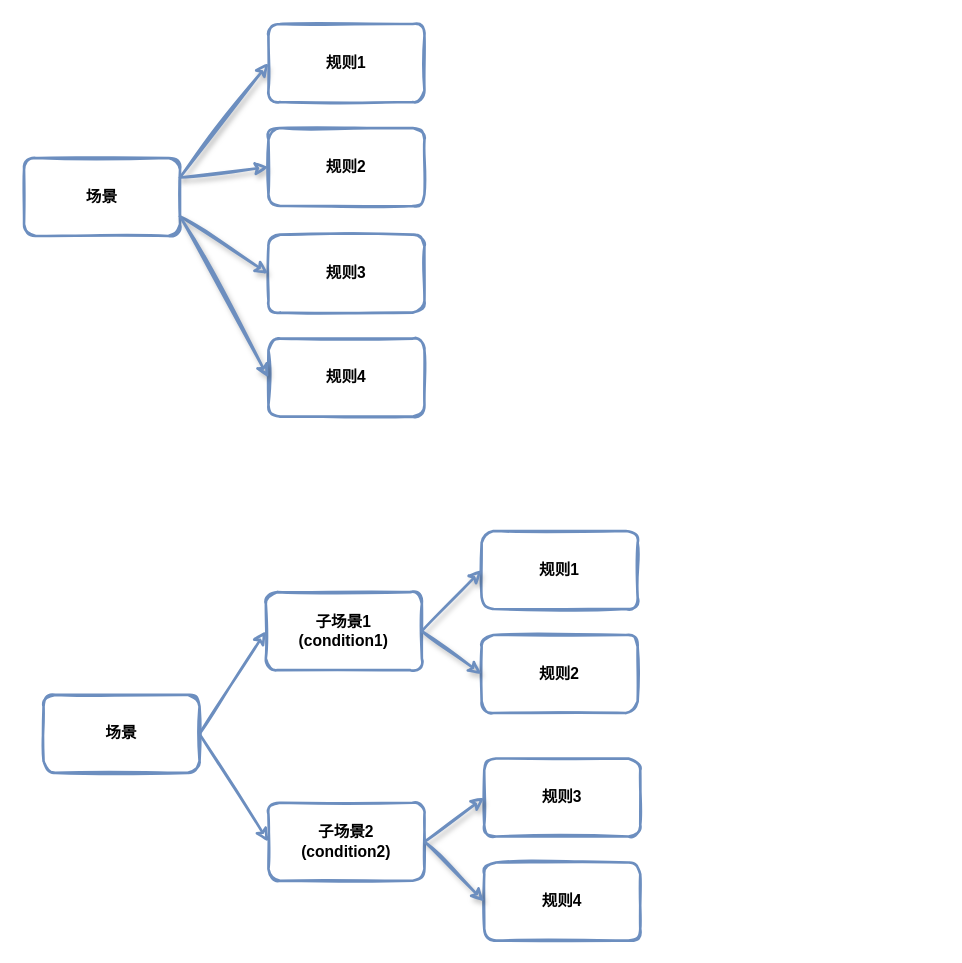
The draw.io diagram page "子场景增强" (12 of 12) of drm-arch.drawio in atellwu/atellwu.github.io, before the edit. Source tidied: cells renumbered, new cells numbered last; positions are measured from the earlier drawing's top-left corner, leaving out a move shared by most shapes. Both pictures are drawn from the tidied source at 130%, with x=0, y=0 at pixel (23, 23).
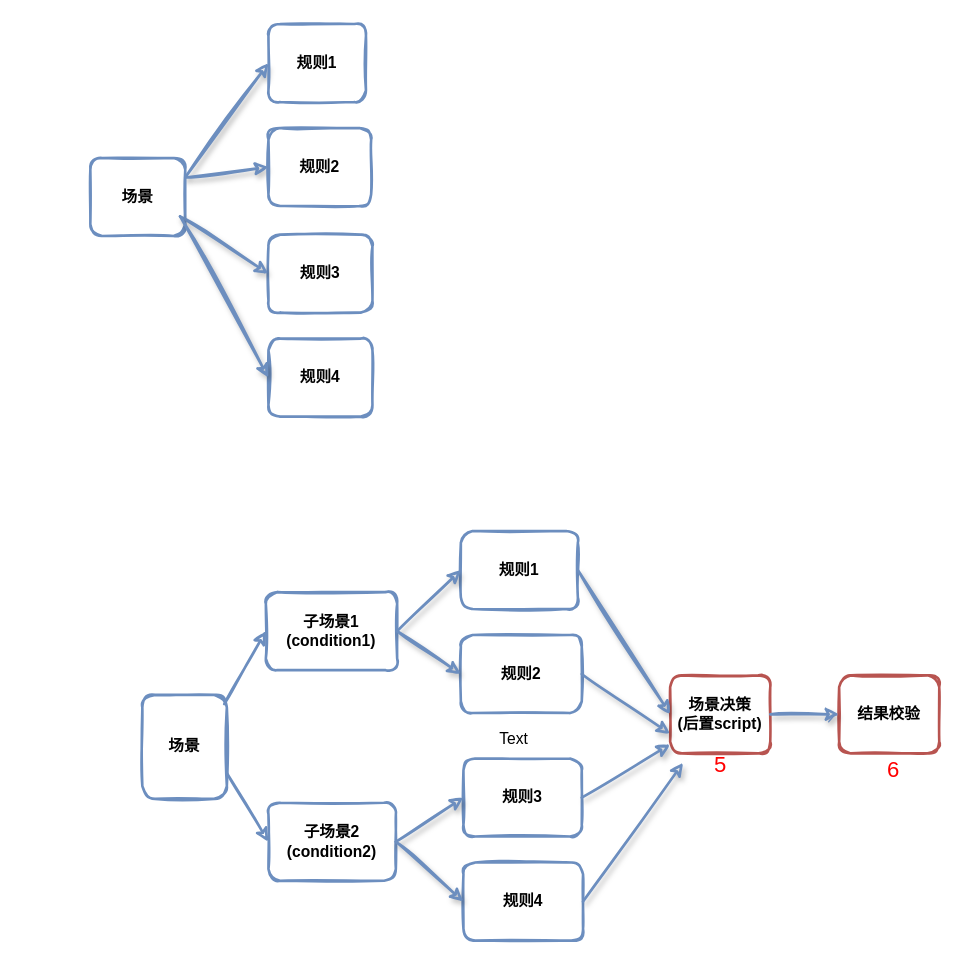
The same page after the edit.

The edit, as a diff of the source:
```diff
@@
     <mxCell id="4" value="&lt;b&gt;场景&lt;/b&gt;" style="rounded=1;whiteSpace=wrap;html=1;strokeWidth=2;fillWeight=4;hachureGap=8;hachureAngle=45;sketch=1;strokeColor=#6c8ebf;fillColor=none;" parent="1" vertex="1">
-      <mxGeometry y="103" width="120" height="60" as="geometry" />
+      <mxGeometry x="51" y="103" width="73" height="60" as="geometry" />
     </mxCell>
     <mxCell id="5" value="&lt;b&gt;规则1&lt;/b&gt;" style="rounded=1;whiteSpace=wrap;html=1;strokeWidth=2;fillWeight=4;hachureGap=8;hachureAngle=45;sketch=1;strokeColor=#6c8ebf;fillColor=none;" parent="1" vertex="1">
-      <mxGeometry x="188" width="120" height="60" as="geometry" />
+      <mxGeometry x="188" width="75" height="60" as="geometry" />
     </mxCell>
     <mxCell id="6" value="&lt;b&gt;规则2&lt;/b&gt;" style="rounded=1;whiteSpace=wrap;html=1;strokeWidth=2;fillWeight=4;hachureGap=8;hachureAngle=45;sketch=1;strokeColor=#6c8ebf;fillColor=none;" parent="1" vertex="1">
-      <mxGeometry x="188" y="80" width="120" height="60" as="geometry" />
+      <mxGeometry x="188" y="80" width="79" height="60" as="geometry" />
     </mxCell>
     <mxCell id="7" value="&lt;b&gt;规则3&lt;/b&gt;" style="rounded=1;whiteSpace=wrap;html=1;strokeWidth=2;fillWeight=4;hachureGap=8;hachureAngle=45;sketch=1;strokeColor=#6c8ebf;fillColor=none;" parent="1" vertex="1">
-      <mxGeometry x="188" y="162" width="120" height="60" as="geometry" />
+      <mxGeometry x="188" y="162" width="80" height="60" as="geometry" />
     </mxCell>
     <mxCell id="8" value="&lt;b&gt;规则4&lt;/b&gt;" style="rounded=1;whiteSpace=wrap;html=1;strokeWidth=2;fillWeight=4;hachureGap=8;hachureAngle=45;sketch=1;strokeColor=#6c8ebf;fillColor=none;" parent="1" vertex="1">
-      <mxGeometry x="188" y="242" width="120" height="60" as="geometry" />
+      <mxGeometry x="188" y="242" width="80" height="60" as="geometry" />
     </mxCell>
@@
     <mxCell id="11" value="&lt;b&gt;子场景1&lt;br&gt;(condition1)&lt;br&gt;&lt;/b&gt;" style="rounded=1;whiteSpace=wrap;html=1;strokeWidth=2;fillWeight=4;hachureGap=8;hachureAngle=45;sketch=1;strokeColor=#6c8ebf;fillColor=none;" parent="1" vertex="1">
-      <mxGeometry x="186" y="437" width="120" height="60" as="geometry" />
+      <mxGeometry x="186" y="437" width="101" height="60" as="geometry" />
     </mxCell>
     <mxCell id="12" value="&lt;b&gt;规则1&lt;/b&gt;" style="rounded=1;whiteSpace=wrap;html=1;strokeWidth=2;fillWeight=4;hachureGap=8;hachureAngle=45;sketch=1;strokeColor=#6c8ebf;fillColor=none;" parent="1" vertex="1">
-      <mxGeometry x="352" y="390" width="120" height="60" as="geometry" />
+      <mxGeometry x="336" y="390" width="90" height="60" as="geometry" />
     </mxCell>
     <mxCell id="13" value="&lt;b&gt;规则2&lt;/b&gt;" style="rounded=1;whiteSpace=wrap;html=1;strokeWidth=2;fillWeight=4;hachureGap=8;hachureAngle=45;sketch=1;strokeColor=#6c8ebf;fillColor=none;" parent="1" vertex="1">
-      <mxGeometry x="352" y="470" width="120" height="60" as="geometry" />
+      <mxGeometry x="336" y="470" width="93" height="60" as="geometry" />
     </mxCell>
@@
     <mxCell id="16" value="&lt;b&gt;子场景2&lt;br&gt;&lt;/b&gt;&lt;b&gt;(condition2)&lt;/b&gt;&lt;b&gt;&lt;br&gt;&lt;/b&gt;" style="rounded=1;whiteSpace=wrap;html=1;strokeWidth=2;fillWeight=4;hachureGap=8;hachureAngle=45;sketch=1;strokeColor=#6c8ebf;fillColor=none;" parent="1" vertex="1">
-      <mxGeometry x="188" y="599" width="120" height="60" as="geometry" />
+      <mxGeometry x="188" y="599" width="98" height="60" as="geometry" />
     </mxCell>
     <mxCell id="17" value="&lt;b&gt;规则3&lt;/b&gt;" style="rounded=1;whiteSpace=wrap;html=1;strokeWidth=2;fillWeight=4;hachureGap=8;hachureAngle=45;sketch=1;strokeColor=#6c8ebf;fillColor=none;" parent="1" vertex="1">
-      <mxGeometry x="354" y="565" width="120" height="60" as="geometry" />
+      <mxGeometry x="338" y="565" width="91" height="60" as="geometry" />
     </mxCell>
     <mxCell id="18" value="&lt;b&gt;规则4&lt;/b&gt;" style="rounded=1;whiteSpace=wrap;html=1;strokeWidth=2;fillWeight=4;hachureGap=8;hachureAngle=45;sketch=1;strokeColor=#6c8ebf;fillColor=none;" parent="1" vertex="1">
-      <mxGeometry x="354" y="645" width="120" height="60" as="geometry" />
+      <mxGeometry x="338" y="645" width="92" height="60" as="geometry" />
     </mxCell>
@@
-    <mxCell id="21" style="rounded=0;jettySize=auto;html=1;exitX=1;exitY=0.5;exitDx=0;exitDy=0;entryX=0;entryY=0.5;entryDx=0;entryDy=0;fillColor=#dae8fc;strokeColor=#6c8ebf;sketch=1;strokeWidth=2;" parent="1" edge="1" source="22" target="11">
+    <mxCell id="21" style="rounded=0;jettySize=auto;html=1;exitX=0.969;exitY=0.088;exitDx=0;exitDy=0;entryX=0;entryY=0.5;entryDx=0;entryDy=0;fillColor=#dae8fc;strokeColor=#6c8ebf;sketch=1;strokeWidth=2;exitPerimeter=0;" parent="1" edge="1" source="22" target="11">
       <mxGeometry relative="1" as="geometry" />
     </mxCell>
     <mxCell id="22" value="&lt;b&gt;场景&lt;/b&gt;" style="rounded=1;whiteSpace=wrap;html=1;strokeWidth=2;fillWeight=4;hachureGap=8;hachureAngle=45;sketch=1;strokeColor=#6c8ebf;fillColor=none;" parent="1" vertex="1">
-      <mxGeometry x="15" y="516" width="120" height="60" as="geometry" />
+      <mxGeometry x="91" y="516" width="65" height="80" as="geometry" />
     </mxCell>
-    <mxCell id="23" style="rounded=0;jettySize=auto;html=1;exitX=1;exitY=0.5;exitDx=0;exitDy=0;entryX=0;entryY=0.5;entryDx=0;entryDy=0;fillColor=#dae8fc;strokeColor=#6c8ebf;sketch=1;strokeWidth=2;" parent="1" edge="1" source="22" target="16">
+    <mxCell id="23" style="rounded=0;jettySize=auto;html=1;exitX=1;exitY=0.75;exitDx=0;exitDy=0;entryX=0;entryY=0.5;entryDx=0;entryDy=0;fillColor=#dae8fc;strokeColor=#6c8ebf;sketch=1;strokeWidth=2;" parent="1" edge="1" source="22" target="16">
       <mxGeometry relative="1" as="geometry" />
     </mxCell>
+    <mxCell id="24" value="&lt;b&gt;场景决策&lt;br&gt;(后置script)&lt;br&gt;&lt;/b&gt;" style="rounded=1;whiteSpace=wrap;html=1;strokeWidth=2;fillWeight=4;hachureGap=8;hachureAngle=45;sketch=1;strokeColor=#b85450;fillColor=none;" parent="1" vertex="1">
+      <mxGeometry x="497" y="501" width="77" height="60" as="geometry" />
+    </mxCell>
+    <mxCell id="25" style="edgeStyle=none;rounded=1;sketch=1;jettySize=auto;html=1;exitX=1;exitY=0.5;exitDx=0;exitDy=0;entryX=0;entryY=0.5;entryDx=0;entryDy=0;shadow=1;startArrow=none;startFill=0;strokeColor=#6c8ebf;fillColor=#dae8fc;strokeWidth=2;" parent="1" edge="1" source="12" target="24">
+      <mxGeometry relative="1" as="geometry" />
+    </mxCell>
+    <mxCell id="26" style="edgeStyle=none;rounded=1;sketch=1;jettySize=auto;html=1;exitX=1;exitY=0.5;exitDx=0;exitDy=0;entryX=0;entryY=0.75;entryDx=0;entryDy=0;shadow=1;startArrow=none;startFill=0;strokeColor=#6c8ebf;fillColor=#dae8fc;strokeWidth=2;" parent="1" edge="1" source="13" target="24">
+      <mxGeometry relative="1" as="geometry" />
+    </mxCell>
+    <mxCell id="27" style="edgeStyle=none;rounded=1;sketch=1;jettySize=auto;html=1;exitX=1;exitY=0.5;exitDx=0;exitDy=0;shadow=1;startArrow=none;startFill=0;strokeColor=#6c8ebf;fillColor=#dae8fc;strokeWidth=2;" parent="1" edge="1" source="17" target="24">
+      <mxGeometry relative="1" as="geometry" />
+    </mxCell>
+    <mxCell id="28" style="edgeStyle=none;rounded=1;sketch=1;jettySize=auto;html=1;exitX=1;exitY=0.5;exitDx=0;exitDy=0;shadow=1;startArrow=none;startFill=0;strokeColor=#6c8ebf;fillColor=#dae8fc;strokeWidth=2;" parent="1" edge="1" source="18">
+      <mxGeometry relative="1" as="geometry">
+        <mxPoint x="507" y="568.3" as="targetPoint" />
+      </mxGeometry>
+    </mxCell>
+    <mxCell id="29" value="&lt;b&gt;结果校验&lt;br&gt;&lt;/b&gt;" style="rounded=1;whiteSpace=wrap;html=1;strokeWidth=2;fillWeight=4;hachureGap=8;hachureAngle=45;sketch=1;strokeColor=#b85450;fillColor=none;" parent="1" vertex="1">
+      <mxGeometry x="627" y="501" width="77" height="60" as="geometry" />
+    </mxCell>
+    <mxCell id="30" style="edgeStyle=none;rounded=1;sketch=1;jettySize=auto;html=1;exitX=1;exitY=0.5;exitDx=0;exitDy=0;entryX=0;entryY=0.5;entryDx=0;entryDy=0;shadow=1;startArrow=none;startFill=0;strokeColor=#6c8ebf;fillColor=#dae8fc;strokeWidth=2;" parent="1" edge="1" source="24" target="29">
+      <mxGeometry relative="1" as="geometry" />
+    </mxCell>
+    <mxCell id="31" value="Text" style="text;html=1;strokeColor=none;fillColor=none;align=center;verticalAlign=middle;whiteSpace=wrap;rounded=0;" parent="1" vertex="1">
+      <mxGeometry x="357" y="540" width="40" height="20" as="geometry" />
+    </mxCell>
+    <mxCell id="32" value="&lt;font color=&quot;#ff0000&quot; style=&quot;font-size: 17px&quot;&gt;5&lt;/font&gt;" style="text;html=1;strokeColor=none;fillColor=none;align=center;verticalAlign=middle;whiteSpace=wrap;rounded=0;" parent="1" vertex="1">
+      <mxGeometry x="515.5" y="561" width="40" height="20" as="geometry" />
+    </mxCell>
+    <mxCell id="33" value="&lt;font color=&quot;#ff0000&quot; style=&quot;font-size: 17px&quot;&gt;6&lt;/font&gt;" style="text;html=1;strokeColor=none;fillColor=none;align=center;verticalAlign=middle;whiteSpace=wrap;rounded=0;" parent="1" vertex="1">
+      <mxGeometry x="649" y="565" width="40" height="20" as="geometry" />
+    </mxCell>
```
